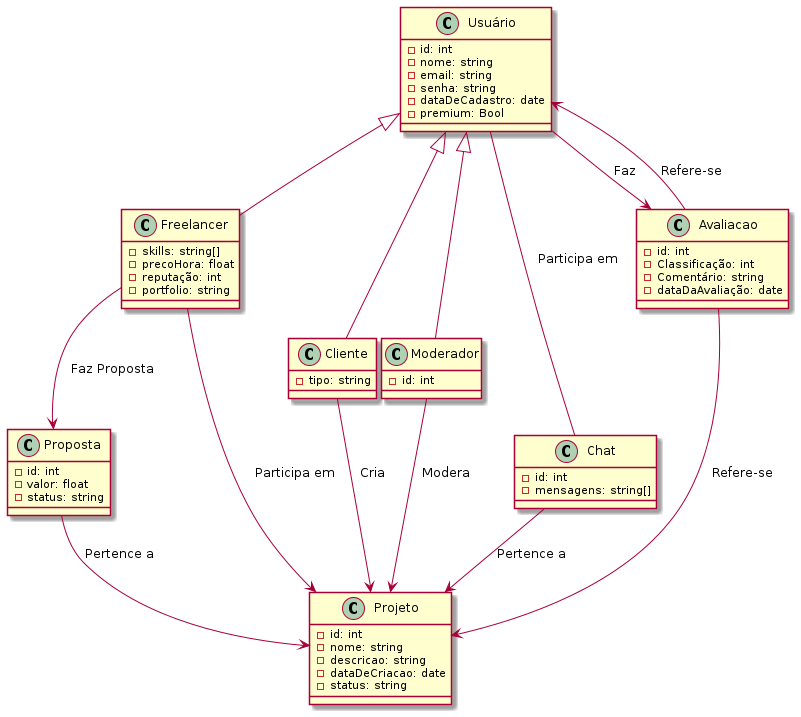
This is out/docs/modelo_conceitual/Conceitual.png from LucasNeiva/Eng-Software-II, a PlantUML export, as it was before one commit. Source of this version:
```plantuml
@startuml Conceitual

class Usuário {
  - id: int
  - nome: string
  - email: string
  - senha: string
  - dataDeCadastro: date
  - premium: Bool
}

class Freelancer {
  - skills: string[]
  - precoHora: float
  - reputação: int
  - portfolio: string
}

class Cliente {
  - tipo: string
}

class Moderador {
  - id: int
}

class Proposta {
  - id: int
  - valor: float
  - status: string
}

class Projeto {
  - id: int
  - nome: string
  - descricao: string
  - dataDeCriacao: date
  - status: string
}

class Chat {
  - id: int
  - mensagens: string[]
}

class Avaliacao {
    - id: int
    - Classificação: int
    - Comentário: string
    - dataDaAvaliação: date
}

Usuário <|-- Moderador
Usuário <|-- Cliente
Usuário <|-- Freelancer


Avaliacao --> Usuário : Refere-se
Avaliacao --> Projeto: Refere-se

Usuário --> Avaliacao: Faz
Proposta --> Projeto: Pertence a
Freelancer --> Proposta: Faz Proposta
Freelancer --> Projeto: Participa em
Cliente --> Projeto: Cria
Chat --> Projeto: Pertence a
Moderador --> Projeto: Modera

Usuário -- Chat: Participa em
@enduml
```
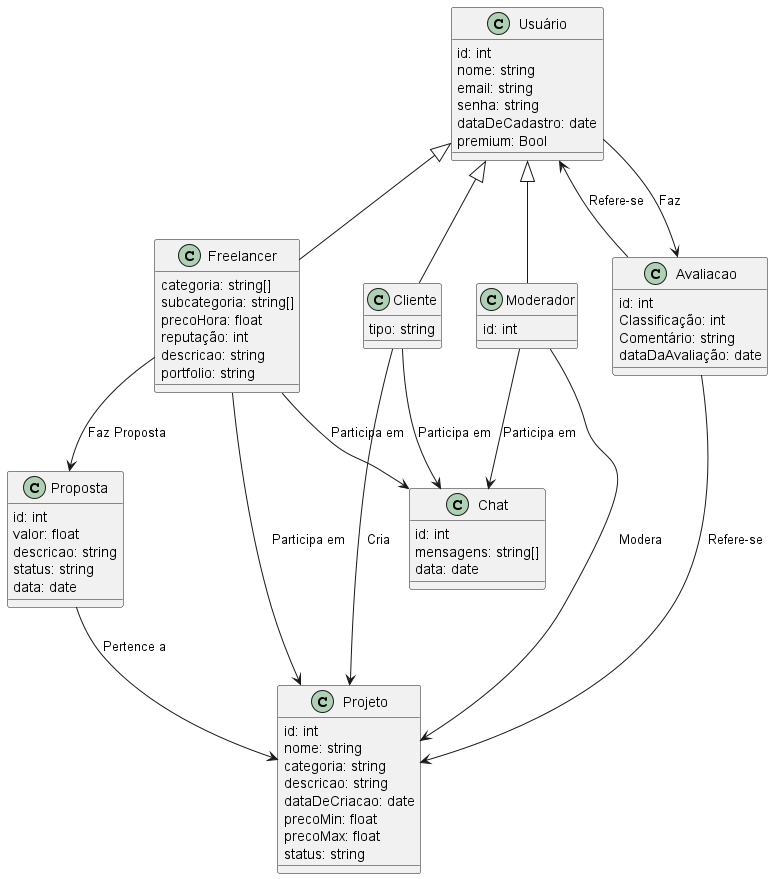
The same diagram one commit later.

Commit message:
modelo conceitual consertado e atualizado

The edit, as a diff of the source:
```diff
@@ -1,53 +1,69 @@
 @startuml Conceitual
 
 class Usuário {
-  - id: int
-  - nome: string
-  - email: string
-  - senha: string
-  - dataDeCadastro: date
-  - premium: Bool
+
+id: int
+nome: string
+email: string
+senha: string
+dataDeCadastro: date
+premium: Bool
 }
 
 class Freelancer {
-  - skills: string[]
-  - precoHora: float
-  - reputação: int
-  - portfolio: string
+
+categoria: string[]
+subcategoria: string[]
+precoHora: float
+reputação: int
+descricao: string
+portfolio: string
 }
 
 class Cliente {
-  - tipo: string
+
+tipo: string
 }
 
 class Moderador {
-  - id: int
+
+id: int
 }
 
 class Proposta {
-  - id: int
-  - valor: float
-  - status: string
+
+id: int
+valor: float
+descricao: string
+status: string
+data: date
 }
 
 class Projeto {
-  - id: int
-  - nome: string
-  - descricao: string
-  - dataDeCriacao: date
-  - status: string
+
+id: int
+nome: string
+categoria: string
+descricao: string
+dataDeCriacao: date
+precoMin: float
+precoMax: float
+status: string
 }
 
 class Chat {
-  - id: int
-  - mensagens: string[]
+
+id: int
+mensagens: string[]
+data: date
 }
 
 class Avaliacao {
-    - id: int
-    - Classificação: int
-    - Comentário: string
-    - dataDaAvaliação: date
+
+id: int
+Classificação: int
+Comentário: string
+dataDaAvaliação: date
 }
 
 Usuário <|-- Moderador
@@ -63,8 +79,9 @@
 Freelancer --> Proposta: Faz Proposta
 Freelancer --> Projeto: Participa em
 Cliente --> Projeto: Cria
-Chat --> Projeto: Pertence a
 Moderador --> Projeto: Modera
+Freelancer --> Chat: Participa em
+Cliente --> Chat: Participa em
+Moderador --> Chat: Participa em
 
-Usuário -- Chat: Participa em
 @enduml
```
